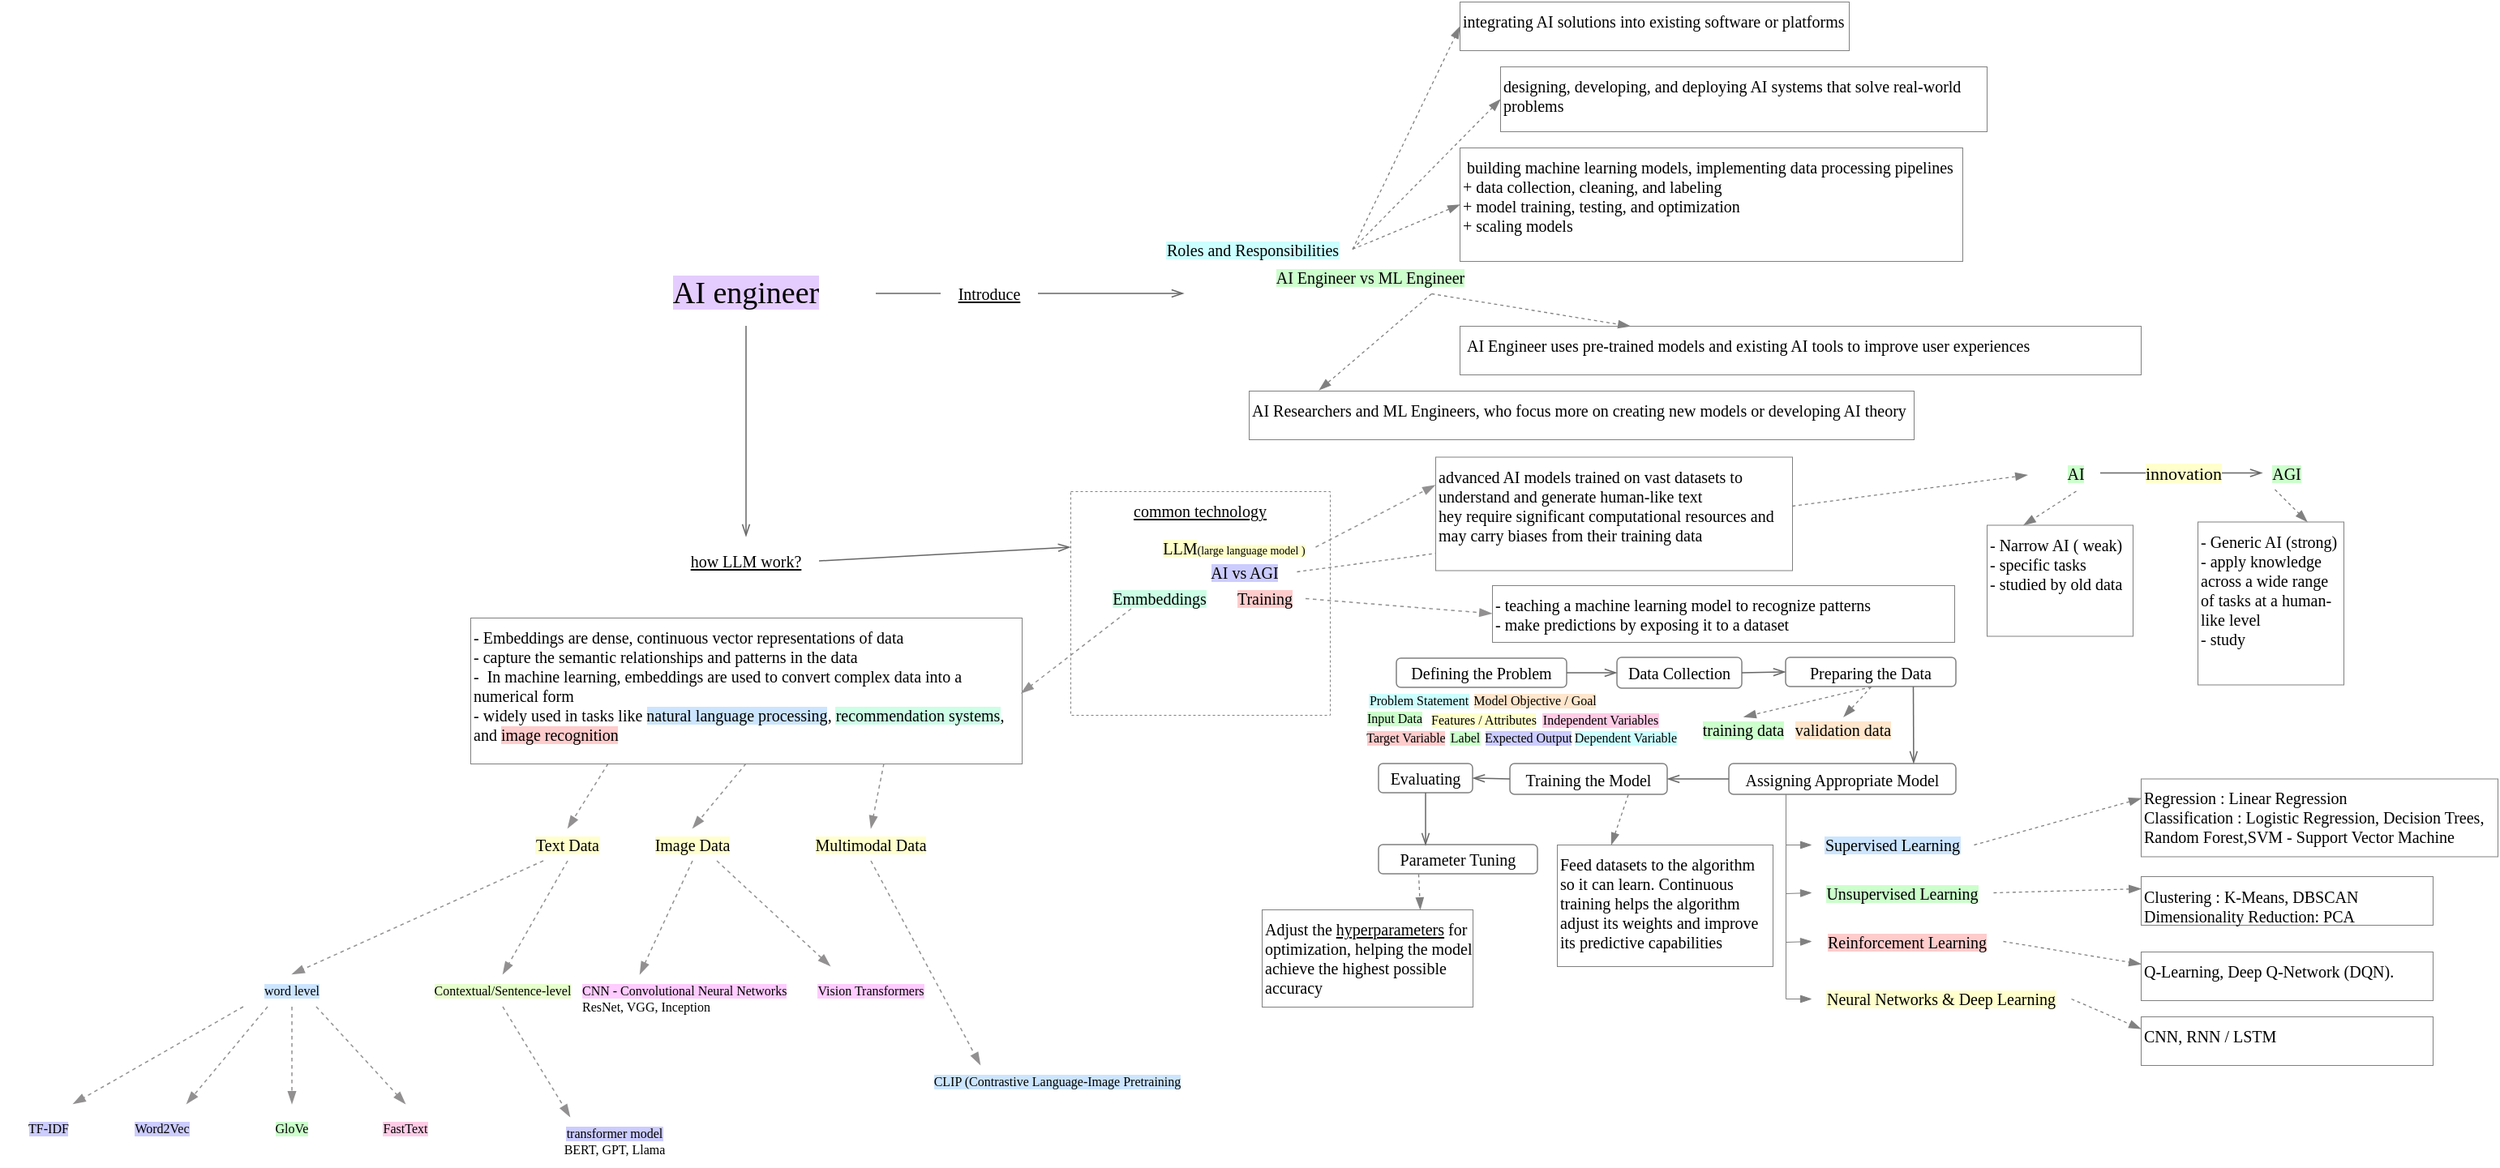
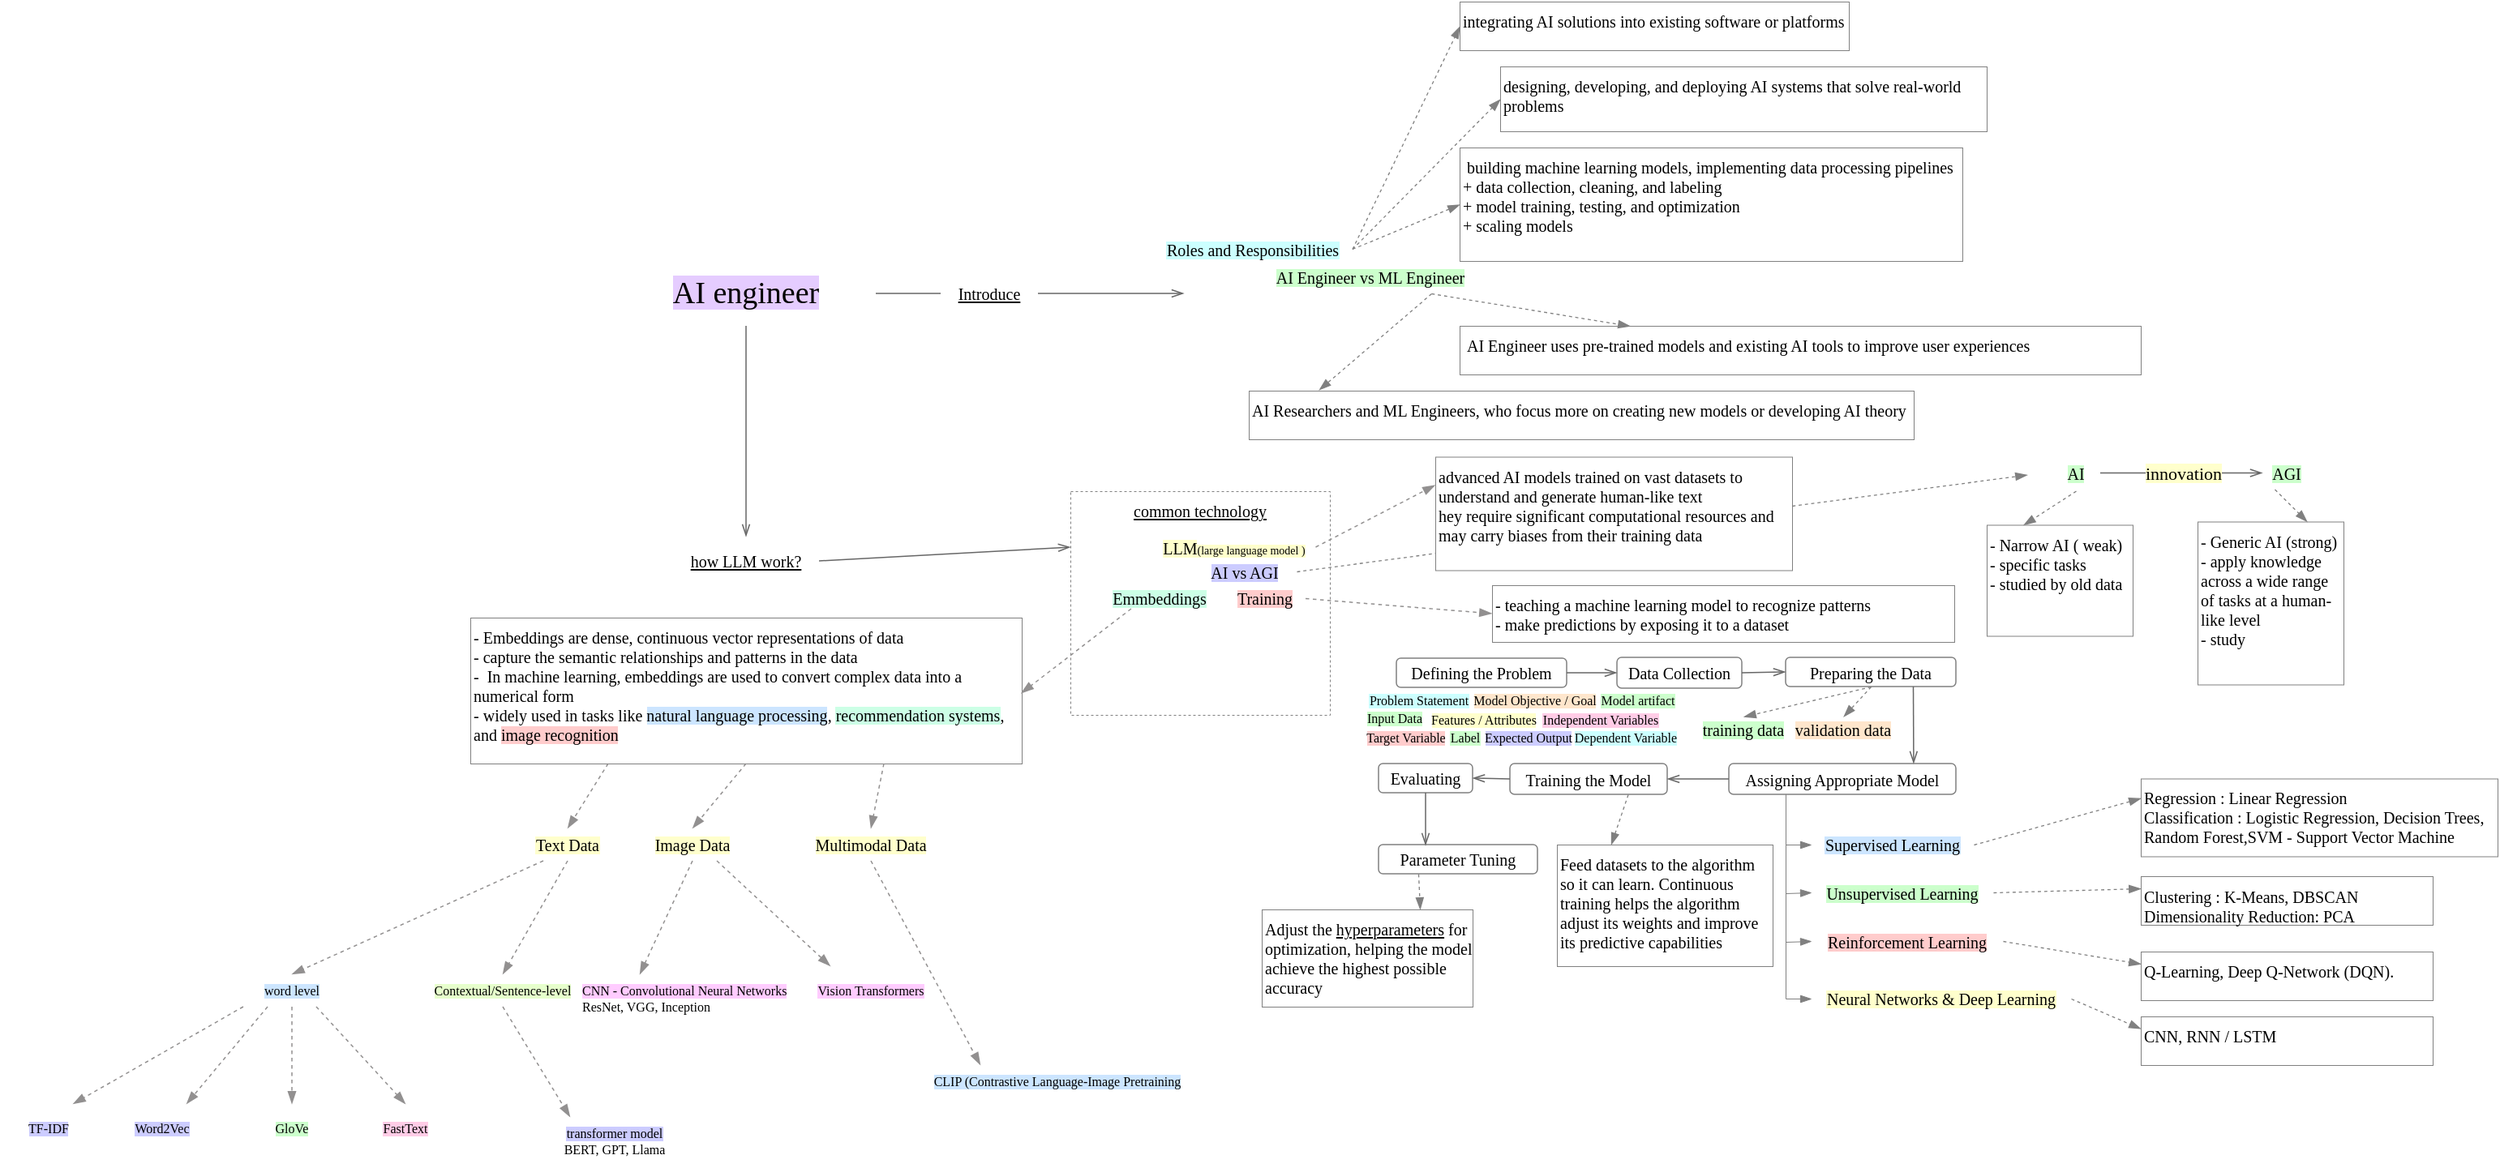
<mxfile host="app.diagrams.net" agent="Mozilla/5.0 (Macintosh; Intel Mac OS X 10_15_7) AppleWebKit/537.36 (KHTML, like Gecko) draw.io/29.3.0 Chrome/140.0.7339.249 Electron/38.7.2 Safari/537.36">
  <diagram name="Page-1" id="n3nyEJ4kgbD7jWuKOy95">
-     <mxGraphModel dx="514" dy="240" grid="1" gridSize="10" guides="1" tooltips="1" connect="1" arrows="1" fold="1" page="1" pageScale="1" pageWidth="827" pageHeight="1169" math="0" shadow="0">
+     <mxGraphModel dx="745" dy="348" grid="1" gridSize="10" guides="1" tooltips="1" connect="1" arrows="1" fold="1" page="1" pageScale="1" pageWidth="827" pageHeight="1169" math="0" shadow="0">
      <root>
        <mxCell id="0" />
        <mxCell id="1" parent="0" />
        <mxCell id="48Jv2C9wjBzbgeSbcpPr-1" parent="1" style="text;html=1;whiteSpace=wrap;strokeColor=none;fillColor=none;align=center;verticalAlign=middle;rounded=0;fontFamily=Comic Sans MS;fontSize=19;" value="&lt;span style=&quot;background-color: rgb(229, 204, 255);&quot;&gt;AI engineer&lt;/span&gt;" vertex="1">
          <mxGeometry height="40" width="160" x="400" y="360" as="geometry" />
        </mxCell>
        <mxCell id="48Jv2C9wjBzbgeSbcpPr-3" parent="1" style="text;html=1;whiteSpace=wrap;strokeColor=none;fillColor=none;align=center;verticalAlign=middle;rounded=0;fontFamily=Comic Sans MS;fontSize=10;fontStyle=4" value="how LLM work?" vertex="1">
          <mxGeometry height="30" width="90" x="435" y="530" as="geometry" />
        </mxCell>
        <mxCell id="48Jv2C9wjBzbgeSbcpPr-6" edge="1" parent="1" source="48Jv2C9wjBzbgeSbcpPr-1" style="endArrow=openThin;html=1;rounded=0;strokeWidth=0.75;endFill=0;strokeColor=#666666;exitX=0.5;exitY=1;exitDx=0;exitDy=0;entryX=0.5;entryY=0;entryDx=0;entryDy=0;fontFamily=Comic Sans MS;" target="48Jv2C9wjBzbgeSbcpPr-3" value="">
          <mxGeometry height="50" relative="1" width="50" as="geometry">
            <mxPoint x="390" y="450" as="sourcePoint" />
            <mxPoint x="440" y="400" as="targetPoint" />
          </mxGeometry>
        </mxCell>
        <mxCell id="48Jv2C9wjBzbgeSbcpPr-8" parent="1" style="text;html=1;whiteSpace=wrap;strokeColor=none;fillColor=none;align=center;verticalAlign=middle;rounded=0;fontFamily=Comic Sans MS;fontSize=10;fontStyle=4" value="Introduce" vertex="1">
          <mxGeometry height="30" width="60" x="600" y="365" as="geometry" />
        </mxCell>
        <mxCell id="48Jv2C9wjBzbgeSbcpPr-9" edge="1" parent="1" source="48Jv2C9wjBzbgeSbcpPr-1" style="endArrow=none;html=1;rounded=0;strokeWidth=0.75;endFill=0;strokeColor=#666666;entryX=0;entryY=0.5;entryDx=0;entryDy=0;exitX=1;exitY=0.5;exitDx=0;exitDy=0;fontFamily=Comic Sans MS;" target="48Jv2C9wjBzbgeSbcpPr-8" value="">
          <mxGeometry height="50" relative="1" width="50" as="geometry">
            <mxPoint x="390" y="450" as="sourcePoint" />
            <mxPoint x="440" y="400" as="targetPoint" />
          </mxGeometry>
        </mxCell>
        <mxCell id="48Jv2C9wjBzbgeSbcpPr-11" edge="1" parent="1" source="48Jv2C9wjBzbgeSbcpPr-8" style="endArrow=openThin;html=1;rounded=0;strokeWidth=0.75;endFill=0;strokeColor=#666666;exitX=1;exitY=0.5;exitDx=0;exitDy=0;fontFamily=Comic Sans MS;" value="">
          <mxGeometry height="50" relative="1" width="50" as="geometry">
            <mxPoint x="590" y="450" as="sourcePoint" />
            <mxPoint x="750" y="380" as="targetPoint" />
          </mxGeometry>
        </mxCell>
        <mxCell id="48Jv2C9wjBzbgeSbcpPr-13" parent="1" style="text;html=1;whiteSpace=wrap;strokeColor=none;fillColor=none;align=center;verticalAlign=middle;rounded=0;fontFamily=Comic Sans MS;fontSize=10;" value="&lt;div&gt;&lt;span style=&quot;background-color: rgb(204, 255, 255);&quot;&gt;Roles and Responsibilities&lt;/span&gt;&lt;/div&gt;" vertex="1">
          <mxGeometry height="15" width="122.5" x="731.25" y="345" as="geometry" />
        </mxCell>
        <mxCell id="48Jv2C9wjBzbgeSbcpPr-14" parent="1" style="rounded=0;whiteSpace=wrap;html=1;fontFamily=Comic Sans MS;strokeWidth=0.5;strokeColor=#808080;align=left;verticalAlign=top;fontSize=10;" value="designing, developing, and deploying AI systems that solve real-world problems" vertex="1">
          <mxGeometry height="40" width="300" x="945" y="240" as="geometry" />
        </mxCell>
        <mxCell id="48Jv2C9wjBzbgeSbcpPr-15" parent="1" style="rounded=0;whiteSpace=wrap;html=1;fontFamily=Comic Sans MS;strokeWidth=0.5;strokeColor=#808080;align=left;verticalAlign=top;fontSize=10;" value="&amp;nbsp;building machine learning models, implementing data processing pipelines&lt;div&gt;+&amp;nbsp;data collection, cleaning, and labeling&lt;/div&gt;&lt;div&gt;+&amp;nbsp;model training, testing, and optimization&lt;/div&gt;&lt;div&gt;+&amp;nbsp;scaling models&lt;/div&gt;" vertex="1">
          <mxGeometry height="70" width="310" x="920" y="290" as="geometry" />
        </mxCell>
        <mxCell id="48Jv2C9wjBzbgeSbcpPr-16" parent="1" style="rounded=0;whiteSpace=wrap;html=1;fontFamily=Comic Sans MS;strokeWidth=0.5;strokeColor=#808080;align=left;verticalAlign=top;fontSize=10;" value="integrating AI solutions into existing software or platforms" vertex="1">
          <mxGeometry height="30" width="240" x="920" y="200" as="geometry" />
        </mxCell>
        <mxCell id="48Jv2C9wjBzbgeSbcpPr-17" edge="1" parent="1" source="48Jv2C9wjBzbgeSbcpPr-13" style="endArrow=blockThin;html=1;rounded=0;strokeColor=#808080;endFill=1;strokeWidth=0.65;exitX=1;exitY=0.5;exitDx=0;exitDy=0;entryX=0;entryY=0.5;entryDx=0;entryDy=0;dashed=1;fontFamily=Comic Sans MS;" target="48Jv2C9wjBzbgeSbcpPr-15" value="">
          <mxGeometry height="50" relative="1" width="50" as="geometry">
            <mxPoint x="945" y="330" as="sourcePoint" />
            <mxPoint x="920" y="290" as="targetPoint" />
          </mxGeometry>
        </mxCell>
        <mxCell id="48Jv2C9wjBzbgeSbcpPr-18" edge="1" parent="1" source="48Jv2C9wjBzbgeSbcpPr-13" style="endArrow=blockThin;html=1;rounded=0;strokeColor=#808080;endFill=1;strokeWidth=0.65;exitX=1;exitY=0.5;exitDx=0;exitDy=0;entryX=0;entryY=0.5;entryDx=0;entryDy=0;dashed=1;fontFamily=Comic Sans MS;" target="48Jv2C9wjBzbgeSbcpPr-14" value="">
          <mxGeometry height="50" relative="1" width="50" as="geometry">
            <mxPoint x="945" y="330" as="sourcePoint" />
            <mxPoint x="920" y="290" as="targetPoint" />
          </mxGeometry>
        </mxCell>
        <mxCell id="48Jv2C9wjBzbgeSbcpPr-19" edge="1" parent="1" source="48Jv2C9wjBzbgeSbcpPr-13" style="endArrow=blockThin;html=1;rounded=0;strokeColor=#808080;endFill=1;strokeWidth=0.65;exitX=1;exitY=0.5;exitDx=0;exitDy=0;entryX=0;entryY=0.5;entryDx=0;entryDy=0;dashed=1;fontFamily=Comic Sans MS;" target="48Jv2C9wjBzbgeSbcpPr-16" value="">
          <mxGeometry height="50" relative="1" width="50" as="geometry">
            <mxPoint x="945" y="330" as="sourcePoint" />
            <mxPoint x="920" y="290" as="targetPoint" />
          </mxGeometry>
        </mxCell>
        <mxCell id="48Jv2C9wjBzbgeSbcpPr-20" parent="1" style="text;html=1;whiteSpace=wrap;strokeColor=none;fillColor=none;align=center;verticalAlign=middle;rounded=0;fontFamily=Comic Sans MS;fontSize=10;" value="&lt;span style=&quot;background-color: rgb(204, 255, 204);&quot;&gt;AI Engineer vs ML Engineer&lt;/span&gt;" vertex="1">
          <mxGeometry height="20" width="150" x="790" y="360" as="geometry" />
        </mxCell>
        <mxCell id="48Jv2C9wjBzbgeSbcpPr-21" parent="1" style="rounded=0;whiteSpace=wrap;html=1;fontFamily=Comic Sans MS;strokeWidth=0.5;strokeColor=#808080;align=left;verticalAlign=top;fontSize=10;" value="&amp;nbsp;AI Engineer uses pre-trained models and existing AI tools to improve user experiences" vertex="1">
          <mxGeometry height="30" width="420" x="920" y="400" as="geometry" />
        </mxCell>
        <mxCell id="48Jv2C9wjBzbgeSbcpPr-22" parent="1" style="rounded=0;whiteSpace=wrap;html=1;fontFamily=Comic Sans MS;strokeWidth=0.5;strokeColor=#808080;align=left;verticalAlign=top;fontSize=10;" value="AI Researchers and ML Engineers, who focus more on creating new models or developing AI theory" vertex="1">
          <mxGeometry height="30" width="410" x="790" y="440" as="geometry" />
        </mxCell>
        <mxCell id="48Jv2C9wjBzbgeSbcpPr-23" edge="1" parent="1" source="48Jv2C9wjBzbgeSbcpPr-20" style="endArrow=blockThin;html=1;rounded=0;strokeColor=#808080;endFill=1;strokeWidth=0.65;exitX=0.75;exitY=1;exitDx=0;exitDy=0;entryX=0.25;entryY=0;entryDx=0;entryDy=0;dashed=1;fontFamily=Comic Sans MS;" target="48Jv2C9wjBzbgeSbcpPr-21" value="">
          <mxGeometry height="50" relative="1" width="50" as="geometry">
            <mxPoint x="705" y="330" as="sourcePoint" />
            <mxPoint x="680" y="290" as="targetPoint" />
          </mxGeometry>
        </mxCell>
        <mxCell id="48Jv2C9wjBzbgeSbcpPr-24" edge="1" parent="1" source="48Jv2C9wjBzbgeSbcpPr-20" style="endArrow=blockThin;html=1;rounded=0;strokeColor=#808080;endFill=1;strokeWidth=0.65;exitX=0.75;exitY=1;exitDx=0;exitDy=0;entryX=0.105;entryY=-0.017;entryDx=0;entryDy=0;dashed=1;entryPerimeter=0;fontFamily=Comic Sans MS;" target="48Jv2C9wjBzbgeSbcpPr-22" value="">
          <mxGeometry height="50" relative="1" width="50" as="geometry">
            <mxPoint x="705" y="330" as="sourcePoint" />
            <mxPoint x="680" y="290" as="targetPoint" />
          </mxGeometry>
        </mxCell>
        <mxCell id="48Jv2C9wjBzbgeSbcpPr-25" parent="1" style="rounded=0;whiteSpace=wrap;html=1;fontFamily=Comic Sans MS;strokeWidth=0.5;strokeColor=#808080;align=center;verticalAlign=top;fontSize=10;dashed=1;" value="&lt;u&gt;common technology&lt;/u&gt;&lt;div&gt;&lt;br&gt;&lt;/div&gt;" vertex="1">
          <mxGeometry height="138" width="160" x="680" y="502" as="geometry" />
        </mxCell>
        <mxCell id="48Jv2C9wjBzbgeSbcpPr-27" parent="1" style="text;html=1;whiteSpace=wrap;strokeColor=none;fillColor=none;align=center;verticalAlign=middle;rounded=0;fontFamily=Comic Sans MS;fontSize=10;" value="&lt;span&gt;&lt;span style=&quot;background-color: light-dark(rgb(204, 204, 255), rgb(0, 43, 0));&quot;&gt;AI vs AGI&lt;/span&gt;&lt;br&gt;&lt;/span&gt;" vertex="1">
          <mxGeometry height="10" width="65" x="754.5" y="546.5" as="geometry" />
        </mxCell>
        <mxCell id="48Jv2C9wjBzbgeSbcpPr-28" edge="1" parent="1" source="48Jv2C9wjBzbgeSbcpPr-3" style="endArrow=openThin;html=1;rounded=0;strokeWidth=0.75;endFill=0;strokeColor=#666666;exitX=1;exitY=0.5;exitDx=0;exitDy=0;entryX=0;entryY=0.25;entryDx=0;entryDy=0;fontFamily=Comic Sans MS;" target="48Jv2C9wjBzbgeSbcpPr-25" value="">
          <mxGeometry height="50" relative="1" width="50" as="geometry">
            <mxPoint x="670" y="630" as="sourcePoint" />
            <mxPoint x="720" y="580" as="targetPoint" />
          </mxGeometry>
        </mxCell>
        <mxCell id="48Jv2C9wjBzbgeSbcpPr-31" edge="1" parent="1" source="48Jv2C9wjBzbgeSbcpPr-27" style="endArrow=blockThin;html=1;rounded=0;strokeColor=#808080;endFill=1;strokeWidth=0.65;exitX=1;exitY=0.5;exitDx=0;exitDy=0;dashed=1;fontFamily=Comic Sans MS;entryX=0;entryY=0.5;entryDx=0;entryDy=0;" value="">
          <mxGeometry height="50" relative="1" width="50" as="geometry">
            <mxPoint x="810" y="536" as="sourcePoint" />
            <mxPoint x="1270" y="491.7500000000001" as="targetPoint" />
          </mxGeometry>
        </mxCell>
        <mxCell id="48Jv2C9wjBzbgeSbcpPr-32" parent="1" style="text;html=1;whiteSpace=wrap;strokeColor=none;fillColor=none;align=center;verticalAlign=middle;rounded=0;fontFamily=Comic Sans MS;fontSize=10;" value="&lt;span style=&quot;background-color: rgb(204, 255, 204);&quot;&gt;&lt;span style=&quot;background-color: light-dark(rgb(204, 255, 204), rgb(0, 43, 0));&quot;&gt;AI&lt;/span&gt;&lt;br&gt;&lt;/span&gt;" vertex="1">
          <mxGeometry height="22" width="30" x="1285" y="479.75" as="geometry" />
        </mxCell>
        <mxCell id="48Jv2C9wjBzbgeSbcpPr-34" parent="1" style="text;html=1;whiteSpace=wrap;strokeColor=none;fillColor=none;align=center;verticalAlign=middle;rounded=0;fontFamily=Comic Sans MS;fontSize=10;" value="&lt;span style=&quot;background-color: rgb(204, 255, 204);&quot;&gt;AGI&lt;/span&gt;" vertex="1">
          <mxGeometry height="20" width="30" x="1415" y="480.75" as="geometry" />
        </mxCell>
        <mxCell id="48Jv2C9wjBzbgeSbcpPr-35" edge="1" parent="1" source="48Jv2C9wjBzbgeSbcpPr-32" style="endArrow=openThin;html=1;rounded=0;strokeWidth=0.75;endFill=0;strokeColor=#666666;exitX=1;exitY=0.5;exitDx=0;exitDy=0;fontFamily=Comic Sans MS;" target="48Jv2C9wjBzbgeSbcpPr-34" value="">
          <mxGeometry height="50" relative="1" width="50" as="geometry">
            <mxPoint x="1325" y="612.75" as="sourcePoint" />
            <mxPoint x="1375" y="562.75" as="targetPoint" />
          </mxGeometry>
        </mxCell>
        <mxCell id="48Jv2C9wjBzbgeSbcpPr-36" connectable="0" parent="48Jv2C9wjBzbgeSbcpPr-35" style="edgeLabel;html=1;align=center;verticalAlign=middle;resizable=0;points=[];fontFamily=Comic Sans MS;" value="&lt;span style=&quot;background-color: rgb(255, 255, 204);&quot;&gt;innovation&lt;/span&gt;" vertex="1">
          <mxGeometry relative="1" x="-0.312" as="geometry">
            <mxPoint x="16" as="offset" />
          </mxGeometry>
        </mxCell>
        <mxCell id="48Jv2C9wjBzbgeSbcpPr-37" parent="1" style="rounded=0;whiteSpace=wrap;html=1;fontFamily=Comic Sans MS;strokeWidth=0.5;strokeColor=#808080;align=left;verticalAlign=top;fontSize=10;" value="- Narrow AI ( weak)&lt;div&gt;-&amp;nbsp;specific tasks&lt;/div&gt;&lt;div&gt;- studied by old data&lt;/div&gt;" vertex="1">
          <mxGeometry height="68.5" width="90" x="1245" y="522.75" as="geometry" />
        </mxCell>
        <mxCell id="48Jv2C9wjBzbgeSbcpPr-38" parent="1" style="rounded=0;whiteSpace=wrap;html=1;fontFamily=Comic Sans MS;strokeWidth=0.5;strokeColor=#808080;align=left;verticalAlign=top;fontSize=10;" value="- Generic AI (strong)&lt;div&gt;-&amp;nbsp;apply knowledge across a wide range of tasks at a human-like level&lt;/div&gt;&lt;div&gt;- study&amp;nbsp;&lt;/div&gt;" vertex="1">
          <mxGeometry height="100.5" width="90" x="1375" y="520.75" as="geometry" />
        </mxCell>
        <mxCell id="48Jv2C9wjBzbgeSbcpPr-39" edge="1" parent="1" source="48Jv2C9wjBzbgeSbcpPr-34" style="endArrow=blockThin;html=1;rounded=0;strokeColor=#808080;endFill=1;strokeWidth=0.65;exitX=0.25;exitY=1;exitDx=0;exitDy=0;entryX=0.75;entryY=0;entryDx=0;entryDy=0;dashed=1;" target="48Jv2C9wjBzbgeSbcpPr-38" value="">
          <mxGeometry height="50" relative="1" width="50" as="geometry">
            <mxPoint x="1390" y="580.75" as="sourcePoint" />
            <mxPoint x="1365" y="540.75" as="targetPoint" />
          </mxGeometry>
        </mxCell>
        <mxCell id="48Jv2C9wjBzbgeSbcpPr-41" edge="1" parent="1" source="48Jv2C9wjBzbgeSbcpPr-32" style="endArrow=blockThin;html=1;rounded=0;strokeColor=#808080;endFill=1;strokeWidth=0.65;exitX=0.5;exitY=1;exitDx=0;exitDy=0;entryX=0.25;entryY=0;entryDx=0;entryDy=0;dashed=1;" target="48Jv2C9wjBzbgeSbcpPr-37" value="">
          <mxGeometry height="50" relative="1" width="50" as="geometry">
            <mxPoint x="1390" y="582.75" as="sourcePoint" />
            <mxPoint x="1365" y="542.75" as="targetPoint" />
          </mxGeometry>
        </mxCell>
        <mxCell id="4Kx2ZGOmUHy-jwn0eLsE-1" parent="1" style="text;html=1;whiteSpace=wrap;strokeColor=none;fillColor=none;align=center;verticalAlign=middle;rounded=0;" value="&lt;font face=&quot;Comic Sans MS&quot; style=&quot;background-color: rgb(255, 255, 204); font-size: 10px;&quot;&gt;LLM&lt;/font&gt;&lt;span style=&quot;background-color: rgb(255, 255, 204); font-size: 7px; font-family: &amp;quot;Comic Sans MS&amp;quot;; color: light-dark(rgb(0, 0, 0), rgb(255, 255, 255));&quot;&gt;(large language model )&lt;/span&gt;" vertex="1">
          <mxGeometry height="20" width="100" x="731.25" y="526.5" as="geometry" />
        </mxCell>
        <mxCell id="4Kx2ZGOmUHy-jwn0eLsE-2" parent="1" style="rounded=0;whiteSpace=wrap;html=1;align=left;verticalAlign=top;fontFamily=Comic Sans MS;strokeWidth=0.5;fontSize=10;strokeColor=#808080;" value="&lt;div&gt;&lt;div&gt;&lt;span style=&quot;background-color: transparent;&quot;&gt;advanced AI models trained on vast datasets to understand and generate human-like text&lt;/span&gt;&lt;/div&gt;&lt;/div&gt;&lt;div&gt;&lt;span style=&quot;background-color: transparent;&quot;&gt;hey require significant computational resources and may carry biases from their training data&lt;/span&gt;&lt;/div&gt;" vertex="1">
          <mxGeometry height="70" width="220" x="905" y="480.75" as="geometry" />
        </mxCell>
        <mxCell id="4Kx2ZGOmUHy-jwn0eLsE-3" edge="1" parent="1" source="4Kx2ZGOmUHy-jwn0eLsE-1" style="endArrow=blockThin;html=1;rounded=0;endFill=1;strokeColor=light-dark(#929090, #ededed);strokeWidth=0.75;dashed=1;exitX=1;exitY=0.5;exitDx=0;exitDy=0;entryX=0;entryY=0.25;entryDx=0;entryDy=0;" target="4Kx2ZGOmUHy-jwn0eLsE-2" value="">
          <mxGeometry height="50" relative="1" width="50" as="geometry">
            <mxPoint x="710" y="550" as="sourcePoint" />
            <mxPoint x="760" y="500" as="targetPoint" />
          </mxGeometry>
        </mxCell>
        <mxCell id="4Kx2ZGOmUHy-jwn0eLsE-4" parent="1" style="text;html=1;whiteSpace=wrap;strokeColor=none;fillColor=none;align=center;verticalAlign=middle;rounded=0;fontFamily=Comic Sans MS;fontSize=10;" value="&lt;span&gt;&lt;span style=&quot;background-color: light-dark(rgb(204, 255, 230), rgb(0, 43, 0));&quot;&gt;Emmbeddings&lt;/span&gt;&lt;br&gt;&lt;/span&gt;" vertex="1">
          <mxGeometry height="14" width="70" x="700" y="560.5" as="geometry" />
        </mxCell>
        <mxCell id="4Kx2ZGOmUHy-jwn0eLsE-5" parent="1" style="rounded=0;whiteSpace=wrap;html=1;align=left;verticalAlign=top;fontFamily=Comic Sans MS;strokeWidth=0.5;fontSize=10;strokeColor=#808080;" value="&lt;div&gt;&lt;div&gt;&lt;span style=&quot;background-color: transparent;&quot;&gt;- Embeddings are dense, continuous vector representations of data&lt;/span&gt;&lt;/div&gt;&lt;/div&gt;&lt;div&gt;&lt;span style=&quot;background-color: transparent;&quot;&gt;-&amp;nbsp;&lt;/span&gt;&lt;span style=&quot;background-color: transparent;&quot;&gt;capture the semantic relationships and patterns in the data&lt;/span&gt;&lt;/div&gt;&lt;div&gt;&lt;span style=&quot;background-color: transparent;&quot;&gt;-&amp;nbsp;&lt;/span&gt;&lt;span style=&quot;background-color: transparent;&quot;&gt;&amp;nbsp;In machine learning, embeddings are used to convert complex data into a numerical form&lt;/span&gt;&lt;/div&gt;&lt;div&gt;&lt;span style=&quot;background-color: transparent;&quot;&gt;-&amp;nbsp;&lt;/span&gt;&lt;span style=&quot;background-color: transparent;&quot;&gt;widely used in tasks like &lt;/span&gt;&lt;span style=&quot;background-color: rgb(204, 229, 255);&quot;&gt;natural language processing&lt;/span&gt;&lt;span style=&quot;background-color: transparent;&quot;&gt;, &lt;/span&gt;&lt;span style=&quot;background-color: rgb(204, 255, 230);&quot;&gt;recommendation systems&lt;/span&gt;&lt;span style=&quot;background-color: transparent;&quot;&gt;, and &lt;/span&gt;&lt;span style=&quot;background-color: rgb(255, 204, 204);&quot;&gt;image recognition&lt;/span&gt;&lt;/div&gt;" vertex="1">
          <mxGeometry height="90" width="340" x="310" y="580" as="geometry" />
        </mxCell>
        <mxCell id="4Kx2ZGOmUHy-jwn0eLsE-6" parent="1" style="text;html=1;whiteSpace=wrap;strokeColor=none;fillColor=none;align=center;verticalAlign=middle;rounded=0;fontSize=10;" value="&lt;font face=&quot;Comic Sans MS&quot; style=&quot;background-color: rgb(255, 204, 204);&quot;&gt;Training&lt;/font&gt;" vertex="1">
          <mxGeometry height="13.5" width="50" x="775" y="561.5" as="geometry" />
        </mxCell>
        <mxCell id="4Kx2ZGOmUHy-jwn0eLsE-7" edge="1" parent="1" source="4Kx2ZGOmUHy-jwn0eLsE-4" style="endArrow=blockThin;html=1;rounded=0;endFill=1;strokeColor=light-dark(#929090, #ededed);strokeWidth=0.75;dashed=1;exitX=0.25;exitY=1;exitDx=0;exitDy=0;entryX=0.999;entryY=0.518;entryDx=0;entryDy=0;entryPerimeter=0;" target="4Kx2ZGOmUHy-jwn0eLsE-5" value="">
          <mxGeometry height="50" relative="1" width="50" as="geometry">
            <mxPoint x="620" y="640" as="sourcePoint" />
            <mxPoint x="670" y="590" as="targetPoint" />
          </mxGeometry>
        </mxCell>
        <mxCell id="4Kx2ZGOmUHy-jwn0eLsE-8" parent="1" style="rounded=0;whiteSpace=wrap;html=1;align=left;verticalAlign=top;fontFamily=Comic Sans MS;strokeWidth=0.5;fontSize=10;strokeColor=#808080;" value="&lt;div&gt;&lt;span style=&quot;background-color: transparent; color: light-dark(rgb(0, 0, 0), rgb(255, 255, 255));&quot;&gt;-&amp;nbsp;teaching a machine learning model to recognize patterns&lt;/span&gt;&lt;/div&gt;&lt;div&gt;-&amp;nbsp;make predictions by exposing it to a dataset&lt;/div&gt;" vertex="1">
          <mxGeometry height="35" width="285" x="940" y="560" as="geometry" />
        </mxCell>
        <mxCell id="4Kx2ZGOmUHy-jwn0eLsE-10" edge="1" parent="1" source="4Kx2ZGOmUHy-jwn0eLsE-6" style="endArrow=blockThin;html=1;rounded=0;endFill=1;strokeColor=light-dark(#929090, #ededed);strokeWidth=0.75;dashed=1;exitX=1;exitY=0.5;exitDx=0;exitDy=0;entryX=0;entryY=0.5;entryDx=0;entryDy=0;" target="4Kx2ZGOmUHy-jwn0eLsE-8" value="">
          <mxGeometry height="50" relative="1" width="50" as="geometry">
            <mxPoint x="950" y="590" as="sourcePoint" />
            <mxPoint x="1000" y="540" as="targetPoint" />
          </mxGeometry>
        </mxCell>
        <mxCell id="4Kx2ZGOmUHy-jwn0eLsE-11" parent="1" style="text;html=1;whiteSpace=wrap;strokeColor=none;fillColor=none;align=center;verticalAlign=middle;rounded=0;fontSize=10;" value="&lt;font face=&quot;Comic Sans MS&quot; style=&quot;background-color: rgb(255, 255, 204);&quot;&gt;Text Data&lt;/font&gt;" vertex="1">
          <mxGeometry height="20" width="60" x="340" y="710" as="geometry" />
        </mxCell>
        <mxCell id="4Kx2ZGOmUHy-jwn0eLsE-12" parent="1" style="text;html=1;whiteSpace=wrap;strokeColor=none;fillColor=none;align=center;verticalAlign=middle;rounded=0;fontSize=10;" value="&lt;font face=&quot;Comic Sans MS&quot; style=&quot;background-color: rgb(255, 255, 204);&quot;&gt;Image Data&lt;/font&gt;" vertex="1">
          <mxGeometry height="20" width="60" x="417" y="710" as="geometry" />
        </mxCell>
        <mxCell id="4Kx2ZGOmUHy-jwn0eLsE-13" parent="1" style="text;html=1;whiteSpace=wrap;strokeColor=none;fillColor=none;align=center;verticalAlign=middle;rounded=0;fontSize=10;" value="&lt;font face=&quot;Comic Sans MS&quot; style=&quot;background-color: rgb(255, 255, 204);&quot;&gt;Multimodal&amp;nbsp;Data&lt;/font&gt;" vertex="1">
          <mxGeometry height="20" width="60" x="527" y="710" as="geometry" />
        </mxCell>
        <mxCell id="4Kx2ZGOmUHy-jwn0eLsE-14" edge="1" parent="1" source="4Kx2ZGOmUHy-jwn0eLsE-5" style="endArrow=blockThin;html=1;rounded=0;endFill=1;strokeColor=light-dark(#929090, #ededed);strokeWidth=0.75;dashed=1;entryX=0.5;entryY=0;entryDx=0;entryDy=0;exitX=0.75;exitY=1;exitDx=0;exitDy=0;" target="4Kx2ZGOmUHy-jwn0eLsE-13" value="">
          <mxGeometry height="50" relative="1" width="50" as="geometry">
            <mxPoint x="410" y="700" as="sourcePoint" />
            <mxPoint x="460" y="650" as="targetPoint" />
          </mxGeometry>
        </mxCell>
        <mxCell id="4Kx2ZGOmUHy-jwn0eLsE-15" edge="1" parent="1" source="4Kx2ZGOmUHy-jwn0eLsE-5" style="endArrow=blockThin;html=1;rounded=0;endFill=1;strokeColor=light-dark(#929090, #ededed);strokeWidth=0.75;dashed=1;entryX=0.5;entryY=0;entryDx=0;entryDy=0;exitX=0.5;exitY=1;exitDx=0;exitDy=0;" target="4Kx2ZGOmUHy-jwn0eLsE-12" value="">
          <mxGeometry height="50" relative="1" width="50" as="geometry">
            <mxPoint x="410" y="700" as="sourcePoint" />
            <mxPoint x="460" y="650" as="targetPoint" />
          </mxGeometry>
        </mxCell>
        <mxCell id="4Kx2ZGOmUHy-jwn0eLsE-16" edge="1" parent="1" source="4Kx2ZGOmUHy-jwn0eLsE-5" style="endArrow=blockThin;html=1;rounded=0;endFill=1;strokeColor=light-dark(#929090, #ededed);strokeWidth=0.75;dashed=1;entryX=0.5;entryY=0;entryDx=0;entryDy=0;exitX=0.25;exitY=1;exitDx=0;exitDy=0;" target="4Kx2ZGOmUHy-jwn0eLsE-11" value="">
          <mxGeometry height="50" relative="1" width="50" as="geometry">
            <mxPoint x="410" y="700" as="sourcePoint" />
            <mxPoint x="460" y="650" as="targetPoint" />
          </mxGeometry>
        </mxCell>
        <mxCell id="4Kx2ZGOmUHy-jwn0eLsE-17" parent="1" style="text;html=1;whiteSpace=wrap;strokeColor=none;fillColor=none;align=center;verticalAlign=middle;rounded=0;fontSize=8;" value="&lt;font face=&quot;Comic Sans MS&quot; style=&quot;background-color: rgb(204, 229, 255);&quot;&gt;word level&lt;/font&gt;" vertex="1">
          <mxGeometry height="20" width="60" x="170" y="800" as="geometry" />
        </mxCell>
        <mxCell id="4Kx2ZGOmUHy-jwn0eLsE-18" parent="1" style="text;html=1;whiteSpace=wrap;strokeColor=none;fillColor=none;align=center;verticalAlign=middle;rounded=0;fontSize=8;fontStyle=0" value="&lt;font face=&quot;Comic Sans MS&quot; style=&quot;background-color: rgb(204, 204, 255);&quot;&gt;Word2Vec&lt;/font&gt;" vertex="1">
          <mxGeometry height="30" width="60" x="90" y="879.9999999999995" as="geometry" />
        </mxCell>
        <mxCell id="4Kx2ZGOmUHy-jwn0eLsE-19" parent="1" style="text;html=1;whiteSpace=wrap;strokeColor=none;fillColor=none;align=center;verticalAlign=middle;rounded=0;fontSize=8;fontStyle=0" value="&lt;font face=&quot;Comic Sans MS&quot; style=&quot;background-color: rgb(204, 255, 204);&quot;&gt;GloVe&lt;/font&gt;" vertex="1">
          <mxGeometry height="30" width="60" x="170" y="879.9999999999995" as="geometry" />
        </mxCell>
        <mxCell id="4Kx2ZGOmUHy-jwn0eLsE-20" parent="1" style="text;html=1;whiteSpace=wrap;strokeColor=none;fillColor=none;align=center;verticalAlign=middle;rounded=0;fontSize=8;fontStyle=0" value="&lt;font face=&quot;Comic Sans MS&quot; style=&quot;background-color: rgb(255, 204, 230);&quot;&gt;FastText&lt;/font&gt;" vertex="1">
          <mxGeometry height="30" width="60" x="240" y="879.9999999999995" as="geometry" />
        </mxCell>
        <mxCell id="4Kx2ZGOmUHy-jwn0eLsE-21" edge="1" parent="1" source="4Kx2ZGOmUHy-jwn0eLsE-17" style="endArrow=blockThin;html=1;rounded=0;endFill=1;strokeColor=light-dark(#929090, #ededed);strokeWidth=0.75;dashed=1;exitX=0.75;exitY=1;exitDx=0;exitDy=0;entryX=0.5;entryY=0;entryDx=0;entryDy=0;fontSize=8;" target="4Kx2ZGOmUHy-jwn0eLsE-20" value="">
          <mxGeometry height="50" relative="1" width="50" as="geometry">
            <mxPoint x="270" y="840" as="sourcePoint" />
            <mxPoint x="320" y="790" as="targetPoint" />
          </mxGeometry>
        </mxCell>
        <mxCell id="4Kx2ZGOmUHy-jwn0eLsE-22" edge="1" parent="1" source="4Kx2ZGOmUHy-jwn0eLsE-17" style="endArrow=blockThin;html=1;rounded=0;endFill=1;strokeColor=light-dark(#929090, #ededed);strokeWidth=0.75;dashed=1;exitX=0.5;exitY=1;exitDx=0;exitDy=0;fontSize=8;" target="4Kx2ZGOmUHy-jwn0eLsE-19" value="">
          <mxGeometry height="50" relative="1" width="50" as="geometry">
            <mxPoint x="240" y="840" as="sourcePoint" />
            <mxPoint x="295" y="900" as="targetPoint" />
          </mxGeometry>
        </mxCell>
        <mxCell id="4Kx2ZGOmUHy-jwn0eLsE-23" edge="1" parent="1" source="4Kx2ZGOmUHy-jwn0eLsE-17" style="endArrow=blockThin;html=1;rounded=0;endFill=1;strokeColor=light-dark(#929090, #ededed);strokeWidth=0.75;dashed=1;exitX=0.25;exitY=1;exitDx=0;exitDy=0;entryX=0.75;entryY=0;entryDx=0;entryDy=0;fontSize=8;" target="4Kx2ZGOmUHy-jwn0eLsE-18" value="">
          <mxGeometry height="50" relative="1" width="50" as="geometry">
            <mxPoint x="190" y="830" as="sourcePoint" />
            <mxPoint x="190" y="890" as="targetPoint" />
          </mxGeometry>
        </mxCell>
        <mxCell id="4Kx2ZGOmUHy-jwn0eLsE-24" parent="1" style="text;html=1;whiteSpace=wrap;strokeColor=none;fillColor=none;align=center;verticalAlign=middle;rounded=0;fontSize=8;" value="&lt;font face=&quot;Comic Sans MS&quot; style=&quot;background-color: rgb(230, 255, 204);&quot;&gt;Contextual/Sentence-level&lt;/font&gt;" vertex="1">
          <mxGeometry height="20" width="140" x="260" y="800" as="geometry" />
        </mxCell>
        <mxCell id="4Kx2ZGOmUHy-jwn0eLsE-25" parent="1" style="text;html=1;whiteSpace=wrap;strokeColor=none;fillColor=none;align=center;verticalAlign=middle;rounded=0;fontSize=8;" value="&lt;font face=&quot;Comic Sans MS&quot;&gt;&lt;span style=&quot;background-color: rgb(204, 204, 255);&quot;&gt;transformer model&lt;/span&gt;&lt;br&gt;&lt;font&gt;BERT, GPT, Llama&lt;/font&gt;&lt;/font&gt;" vertex="1">
          <mxGeometry height="30" width="110" x="344" y="888" as="geometry" />
        </mxCell>
        <mxCell id="4Kx2ZGOmUHy-jwn0eLsE-26" edge="1" parent="1" source="4Kx2ZGOmUHy-jwn0eLsE-24" style="endArrow=blockThin;html=1;rounded=0;endFill=1;strokeColor=light-dark(#929090, #ededed);strokeWidth=0.75;dashed=1;entryX=0.25;entryY=0;entryDx=0;entryDy=0;exitX=0.5;exitY=1;exitDx=0;exitDy=0;fontSize=8;" target="4Kx2ZGOmUHy-jwn0eLsE-25" value="">
          <mxGeometry height="50" relative="1" width="50" as="geometry">
            <mxPoint x="360" y="890" as="sourcePoint" />
            <mxPoint x="410" y="840" as="targetPoint" />
          </mxGeometry>
        </mxCell>
        <mxCell id="4Kx2ZGOmUHy-jwn0eLsE-27" edge="1" parent="1" source="4Kx2ZGOmUHy-jwn0eLsE-11" style="endArrow=blockThin;html=1;rounded=0;endFill=1;strokeColor=light-dark(#929090, #ededed);strokeWidth=0.75;dashed=1;exitX=0.25;exitY=1;exitDx=0;exitDy=0;entryX=0.5;entryY=0;entryDx=0;entryDy=0;" target="4Kx2ZGOmUHy-jwn0eLsE-17" value="">
          <mxGeometry height="50" relative="1" width="50" as="geometry">
            <mxPoint x="330" y="900" as="sourcePoint" />
            <mxPoint x="380" y="850" as="targetPoint" />
          </mxGeometry>
        </mxCell>
        <mxCell id="4Kx2ZGOmUHy-jwn0eLsE-28" edge="1" parent="1" source="4Kx2ZGOmUHy-jwn0eLsE-11" style="endArrow=blockThin;html=1;rounded=0;endFill=1;strokeColor=light-dark(#929090, #ededed);strokeWidth=0.75;dashed=1;entryX=0.5;entryY=0;entryDx=0;entryDy=0;exitX=0.5;exitY=1;exitDx=0;exitDy=0;" target="4Kx2ZGOmUHy-jwn0eLsE-24" value="">
          <mxGeometry height="50" relative="1" width="50" as="geometry">
            <mxPoint x="330" y="900" as="sourcePoint" />
            <mxPoint x="380" y="850" as="targetPoint" />
          </mxGeometry>
        </mxCell>
        <mxCell id="4Kx2ZGOmUHy-jwn0eLsE-29" parent="1" style="text;html=1;whiteSpace=wrap;strokeColor=none;fillColor=none;align=left;verticalAlign=middle;rounded=0;fontSize=8;" value="&lt;font face=&quot;Comic Sans MS&quot;&gt;&lt;span style=&quot;background-color: rgb(255, 204, 255);&quot;&gt;CNN - Convolutional Neural Networks&lt;/span&gt;&lt;br&gt;&lt;span&gt;ResNet, VGG, Inception&lt;/span&gt;&lt;/font&gt;" vertex="1">
          <mxGeometry height="30" width="150" x="377" y="800" as="geometry" />
        </mxCell>
        <mxCell id="4Kx2ZGOmUHy-jwn0eLsE-30" parent="1" style="text;html=1;whiteSpace=wrap;strokeColor=none;fillColor=none;align=center;verticalAlign=middle;rounded=0;fontSize=8;" value="&lt;font face=&quot;Comic Sans MS&quot; style=&quot;background-color: rgb(255, 204, 255);&quot;&gt;Vision Transformers&lt;/font&gt;" vertex="1">
          <mxGeometry height="30" width="100" x="507" y="795" as="geometry" />
        </mxCell>
        <mxCell id="4Kx2ZGOmUHy-jwn0eLsE-31" edge="1" parent="1" source="4Kx2ZGOmUHy-jwn0eLsE-12" style="endArrow=blockThin;html=1;rounded=0;endFill=1;strokeColor=light-dark(#929090, #ededed);strokeWidth=0.75;dashed=1;exitX=0.5;exitY=1;exitDx=0;exitDy=0;entryX=0.25;entryY=0;entryDx=0;entryDy=0;" target="4Kx2ZGOmUHy-jwn0eLsE-29" value="">
          <mxGeometry height="50" relative="1" width="50" as="geometry">
            <mxPoint x="367" y="890" as="sourcePoint" />
            <mxPoint x="417" y="840" as="targetPoint" />
          </mxGeometry>
        </mxCell>
        <mxCell id="4Kx2ZGOmUHy-jwn0eLsE-32" edge="1" parent="1" source="4Kx2ZGOmUHy-jwn0eLsE-12" style="endArrow=blockThin;html=1;rounded=0;endFill=1;strokeColor=light-dark(#929090, #ededed);strokeWidth=0.75;dashed=1;entryX=0.25;entryY=0;entryDx=0;entryDy=0;exitX=0.75;exitY=1;exitDx=0;exitDy=0;" target="4Kx2ZGOmUHy-jwn0eLsE-30" value="">
          <mxGeometry height="50" relative="1" width="50" as="geometry">
            <mxPoint x="367" y="890" as="sourcePoint" />
            <mxPoint x="417" y="840" as="targetPoint" />
          </mxGeometry>
        </mxCell>
        <mxCell id="4Kx2ZGOmUHy-jwn0eLsE-33" parent="1" style="text;html=1;whiteSpace=wrap;strokeColor=none;fillColor=none;align=center;verticalAlign=middle;rounded=0;fontSize=8;" value="&lt;font face=&quot;Comic Sans MS&quot; style=&quot;background-color: rgb(204, 229, 255);&quot;&gt;CLIP (Contrastive Language-Image Pretraining&lt;/font&gt;" vertex="1">
          <mxGeometry height="20" width="190" x="577" y="856" as="geometry" />
        </mxCell>
        <mxCell id="4Kx2ZGOmUHy-jwn0eLsE-34" edge="1" parent="1" source="4Kx2ZGOmUHy-jwn0eLsE-13" style="endArrow=blockThin;html=1;rounded=0;endFill=1;strokeColor=light-dark(#929090, #ededed);strokeWidth=0.75;dashed=1;entryX=0.25;entryY=0;entryDx=0;entryDy=0;exitX=0.5;exitY=1;exitDx=0;exitDy=0;" target="4Kx2ZGOmUHy-jwn0eLsE-33" value="">
          <mxGeometry height="50" relative="1" width="50" as="geometry">
            <mxPoint x="347" y="780" as="sourcePoint" />
            <mxPoint x="397" y="730" as="targetPoint" />
          </mxGeometry>
        </mxCell>
        <mxCell id="4Kx2ZGOmUHy-jwn0eLsE-35" parent="1" style="text;html=1;whiteSpace=wrap;strokeColor=none;fillColor=none;align=center;verticalAlign=middle;rounded=0;fontSize=8;fontStyle=0" value="&lt;font face=&quot;Comic Sans MS&quot; style=&quot;background-color: rgb(204, 204, 255);&quot;&gt;TF-IDF&lt;/font&gt;" vertex="1">
          <mxGeometry height="30" width="60" x="20" y="880" as="geometry" />
        </mxCell>
        <mxCell id="4Kx2ZGOmUHy-jwn0eLsE-36" edge="1" parent="1" source="4Kx2ZGOmUHy-jwn0eLsE-17" style="endArrow=blockThin;html=1;rounded=0;endFill=1;strokeColor=light-dark(#929090, #ededed);strokeWidth=0.75;dashed=1;exitX=0;exitY=1;exitDx=0;exitDy=0;entryX=0.75;entryY=0;entryDx=0;entryDy=0;" target="4Kx2ZGOmUHy-jwn0eLsE-35" value="">
          <mxGeometry height="50" relative="1" width="50" as="geometry">
            <mxPoint x="140" y="780" as="sourcePoint" />
            <mxPoint x="190" y="730" as="targetPoint" />
          </mxGeometry>
        </mxCell>
        <mxCell id="V7DRn1bYesRj_FAgbpVT-1" parent="1" style="rounded=1;whiteSpace=wrap;html=1;strokeColor=#808080;fontFamily=Comic Sans MS;strokeWidth=0.75;fontSize=10;" value="Defining the Problem" vertex="1">
          <mxGeometry height="18" width="105" x="881" y="605" as="geometry" />
        </mxCell>
        <mxCell id="V7DRn1bYesRj_FAgbpVT-5" parent="1" style="rounded=1;whiteSpace=wrap;html=1;strokeColor=#808080;fontFamily=Comic Sans MS;strokeWidth=0.75;fontSize=10;" value="Data Collection" vertex="1">
          <mxGeometry height="19" width="77" x="1017" y="604.5" as="geometry" />
        </mxCell>
        <mxCell id="V7DRn1bYesRj_FAgbpVT-7" parent="1" style="rounded=1;whiteSpace=wrap;html=1;strokeColor=#808080;fontFamily=Comic Sans MS;strokeWidth=0.75;fontSize=10;" value="Preparing the Data" vertex="1">
          <mxGeometry height="18" width="105" x="1121" y="604.5" as="geometry" />
        </mxCell>
        <mxCell id="V7DRn1bYesRj_FAgbpVT-8" parent="1" style="rounded=1;whiteSpace=wrap;html=1;strokeColor=#808080;fontFamily=Comic Sans MS;strokeWidth=0.75;fontSize=10;" value="Assigning Appropriate Model" vertex="1">
          <mxGeometry height="19" width="140" x="1086" y="670" as="geometry" />
        </mxCell>
        <mxCell id="V7DRn1bYesRj_FAgbpVT-9" parent="1" style="rounded=1;whiteSpace=wrap;html=1;strokeColor=#808080;fontFamily=Comic Sans MS;strokeWidth=0.75;fontSize=10;" value="Training the Model" vertex="1">
          <mxGeometry height="19" width="97" x="951" y="670" as="geometry" />
        </mxCell>
        <mxCell id="V7DRn1bYesRj_FAgbpVT-10" parent="1" style="rounded=1;whiteSpace=wrap;html=1;strokeColor=#808080;fontFamily=Comic Sans MS;strokeWidth=0.75;fontSize=10;" value="Evaluating" vertex="1">
          <mxGeometry height="18" width="58" x="870" y="670" as="geometry" />
        </mxCell>
        <mxCell id="V7DRn1bYesRj_FAgbpVT-11" parent="1" style="rounded=1;whiteSpace=wrap;html=1;strokeColor=#808080;fontFamily=Comic Sans MS;strokeWidth=0.75;fontSize=10;" value="Parameter Tuning" vertex="1">
          <mxGeometry height="18" width="98" x="870" y="720" as="geometry" />
        </mxCell>
        <mxCell id="V7DRn1bYesRj_FAgbpVT-12" edge="1" parent="1" source="V7DRn1bYesRj_FAgbpVT-1" style="endArrow=openThin;html=1;rounded=0;strokeWidth=0.75;endFill=0;strokeColor=#666666;entryX=0;entryY=0.5;entryDx=0;entryDy=0;exitX=1;exitY=0.5;exitDx=0;exitDy=0;" target="V7DRn1bYesRj_FAgbpVT-5" value="">
          <mxGeometry height="50" relative="1" width="50" as="geometry">
            <mxPoint x="955" y="695" as="sourcePoint" />
            <mxPoint x="1005" y="645" as="targetPoint" />
          </mxGeometry>
        </mxCell>
        <mxCell id="V7DRn1bYesRj_FAgbpVT-13" edge="1" parent="1" source="V7DRn1bYesRj_FAgbpVT-5" style="endArrow=openThin;html=1;rounded=0;strokeWidth=0.75;endFill=0;strokeColor=#666666;entryX=0;entryY=0.5;entryDx=0;entryDy=0;exitX=1;exitY=0.5;exitDx=0;exitDy=0;" target="V7DRn1bYesRj_FAgbpVT-7" value="">
          <mxGeometry height="50" relative="1" width="50" as="geometry">
            <mxPoint x="955" y="695" as="sourcePoint" />
            <mxPoint x="1005" y="645" as="targetPoint" />
          </mxGeometry>
        </mxCell>
        <mxCell id="V7DRn1bYesRj_FAgbpVT-14" edge="1" parent="1" source="V7DRn1bYesRj_FAgbpVT-7" style="endArrow=openThin;html=1;rounded=0;strokeWidth=0.75;endFill=0;strokeColor=#666666;exitX=0.75;exitY=1;exitDx=0;exitDy=0;entryX=0.814;entryY=0;entryDx=0;entryDy=0;entryPerimeter=0;" target="V7DRn1bYesRj_FAgbpVT-8" value="">
          <mxGeometry height="50" relative="1" width="50" as="geometry">
            <mxPoint x="1179" y="652" as="sourcePoint" />
            <mxPoint x="1229" y="602" as="targetPoint" />
          </mxGeometry>
        </mxCell>
        <mxCell id="V7DRn1bYesRj_FAgbpVT-15" edge="1" parent="1" source="V7DRn1bYesRj_FAgbpVT-8" style="endArrow=openThin;html=1;rounded=0;strokeWidth=0.75;endFill=0;strokeColor=#666666;exitX=0;exitY=0.5;exitDx=0;exitDy=0;entryX=1;entryY=0.5;entryDx=0;entryDy=0;" target="V7DRn1bYesRj_FAgbpVT-9" value="">
          <mxGeometry height="50" relative="1" width="50" as="geometry">
            <mxPoint x="1020" y="652" as="sourcePoint" />
            <mxPoint x="1070" y="602" as="targetPoint" />
          </mxGeometry>
        </mxCell>
        <mxCell id="V7DRn1bYesRj_FAgbpVT-16" edge="1" parent="1" source="V7DRn1bYesRj_FAgbpVT-9" style="endArrow=openThin;html=1;rounded=0;strokeWidth=0.75;endFill=0;strokeColor=#666666;exitX=0;exitY=0.5;exitDx=0;exitDy=0;entryX=1;entryY=0.5;entryDx=0;entryDy=0;" target="V7DRn1bYesRj_FAgbpVT-10" value="">
          <mxGeometry height="50" relative="1" width="50" as="geometry">
            <mxPoint x="884" y="652" as="sourcePoint" />
            <mxPoint x="934" y="602" as="targetPoint" />
          </mxGeometry>
        </mxCell>
        <mxCell id="V7DRn1bYesRj_FAgbpVT-17" edge="1" parent="1" source="V7DRn1bYesRj_FAgbpVT-10" style="endArrow=openThin;html=1;rounded=0;strokeWidth=0.75;endFill=0;strokeColor=#666666;entryX=0.296;entryY=0.028;entryDx=0;entryDy=0;entryPerimeter=0;exitX=0.5;exitY=1;exitDx=0;exitDy=0;" target="V7DRn1bYesRj_FAgbpVT-11" value="">
          <mxGeometry height="50" relative="1" width="50" as="geometry">
            <mxPoint x="845" y="614" as="sourcePoint" />
            <mxPoint x="895" y="564" as="targetPoint" />
          </mxGeometry>
        </mxCell>
        <mxCell id="V7DRn1bYesRj_FAgbpVT-18" parent="1" style="text;html=1;whiteSpace=wrap;strokeColor=none;fillColor=none;align=center;verticalAlign=middle;rounded=0;fontFamily=Comic Sans MS;fontSize=10;" value="&lt;span style=&quot;background-color: rgb(204, 255, 204);&quot;&gt;training data&lt;/span&gt;" vertex="1">
          <mxGeometry height="15" width="60" x="1065" y="641" as="geometry" />
        </mxCell>
        <mxCell id="V7DRn1bYesRj_FAgbpVT-19" parent="1" style="text;html=1;whiteSpace=wrap;strokeColor=none;fillColor=none;align=center;verticalAlign=middle;rounded=0;fontFamily=Comic Sans MS;fontSize=10;" value="&lt;span style=&quot;background-color: rgb(255, 230, 204);&quot;&gt;validation data&lt;/span&gt;" vertex="1">
          <mxGeometry height="15" width="69" x="1122" y="641" as="geometry" />
        </mxCell>
        <mxCell id="V7DRn1bYesRj_FAgbpVT-20" edge="1" parent="1" source="V7DRn1bYesRj_FAgbpVT-7" style="endArrow=blockThin;html=1;rounded=0;strokeColor=#808080;endFill=1;strokeWidth=0.65;exitX=0.5;exitY=1;exitDx=0;exitDy=0;entryX=0.5;entryY=0;entryDx=0;entryDy=0;dashed=1;" target="V7DRn1bYesRj_FAgbpVT-19" value="">
          <mxGeometry height="50" relative="1" width="50" as="geometry">
            <mxPoint x="1039" y="571" as="sourcePoint" />
            <mxPoint x="1014" y="531" as="targetPoint" />
          </mxGeometry>
        </mxCell>
        <mxCell id="V7DRn1bYesRj_FAgbpVT-21" edge="1" parent="1" source="V7DRn1bYesRj_FAgbpVT-7" style="endArrow=blockThin;html=1;rounded=0;strokeColor=#808080;endFill=1;strokeWidth=0.65;exitX=0.5;exitY=1;exitDx=0;exitDy=0;entryX=0.5;entryY=0;entryDx=0;entryDy=0;dashed=1;" target="V7DRn1bYesRj_FAgbpVT-18" value="">
          <mxGeometry height="50" relative="1" width="50" as="geometry">
            <mxPoint x="1039" y="571" as="sourcePoint" />
            <mxPoint x="1014" y="531" as="targetPoint" />
          </mxGeometry>
        </mxCell>
        <mxCell id="V7DRn1bYesRj_FAgbpVT-22" parent="1" style="text;html=1;whiteSpace=wrap;strokeColor=none;fillColor=none;align=center;verticalAlign=middle;rounded=0;fontFamily=Comic Sans MS;fontSize=10;" value="&lt;span style=&quot;background-color: rgb(204, 229, 255);&quot;&gt;Supervised Learning&lt;/span&gt;" vertex="1">
          <mxGeometry height="18" width="100" x="1137" y="711" as="geometry" />
        </mxCell>
        <mxCell id="V7DRn1bYesRj_FAgbpVT-23" parent="1" style="text;html=1;whiteSpace=wrap;strokeColor=none;fillColor=none;align=center;verticalAlign=middle;rounded=0;fontFamily=Comic Sans MS;fontSize=10;" value="&lt;span style=&quot;background-color: rgb(204, 255, 204);&quot;&gt;Unsupervised Learning&lt;/span&gt;" vertex="1">
          <mxGeometry height="21" width="112" x="1137" y="739" as="geometry" />
        </mxCell>
        <mxCell id="V7DRn1bYesRj_FAgbpVT-24" parent="1" style="text;html=1;whiteSpace=wrap;strokeColor=none;fillColor=none;align=center;verticalAlign=middle;rounded=0;fontFamily=Comic Sans MS;fontSize=10;" value="&lt;span style=&quot;background-color: rgb(255, 204, 204);&quot;&gt;Reinforcement Learning&lt;/span&gt;" vertex="1">
          <mxGeometry height="19" width="118" x="1137" y="770" as="geometry" />
        </mxCell>
        <mxCell id="V7DRn1bYesRj_FAgbpVT-25" parent="1" style="text;html=1;whiteSpace=wrap;strokeColor=none;fillColor=none;align=center;verticalAlign=middle;rounded=0;fontFamily=Comic Sans MS;fontSize=10;" value="&lt;span style=&quot;background-color: rgb(255, 255, 204);&quot;&gt;Neural Networks &amp;amp; Deep Learning&lt;/span&gt;" vertex="1">
          <mxGeometry height="18" width="160" x="1137" y="806" as="geometry" />
        </mxCell>
        <mxCell id="V7DRn1bYesRj_FAgbpVT-26" edge="1" parent="1" source="V7DRn1bYesRj_FAgbpVT-8" style="endArrow=blockThin;html=1;rounded=0;strokeColor=#808080;endFill=1;strokeWidth=0.5;exitX=0.25;exitY=1;exitDx=0;exitDy=0;entryX=0;entryY=0.5;entryDx=0;entryDy=0;" target="V7DRn1bYesRj_FAgbpVT-22" value="">
          <mxGeometry height="50" relative="1" width="50" as="geometry">
            <Array as="points">
              <mxPoint x="1121" y="720" />
            </Array>
            <mxPoint x="1103" y="744" as="sourcePoint" />
            <mxPoint x="1207" y="654" as="targetPoint" />
          </mxGeometry>
        </mxCell>
        <mxCell id="V7DRn1bYesRj_FAgbpVT-27" edge="1" parent="1" source="V7DRn1bYesRj_FAgbpVT-8" style="endArrow=blockThin;html=1;rounded=0;strokeColor=#808080;endFill=1;strokeWidth=0.5;entryX=0;entryY=0.5;entryDx=0;entryDy=0;exitX=0.25;exitY=1;exitDx=0;exitDy=0;" target="V7DRn1bYesRj_FAgbpVT-23" value="">
          <mxGeometry height="50" relative="1" width="50" as="geometry">
            <Array as="points">
              <mxPoint x="1121" y="750" />
            </Array>
            <mxPoint x="1120" y="690" as="sourcePoint" />
            <mxPoint x="1194" y="650" as="targetPoint" />
          </mxGeometry>
        </mxCell>
        <mxCell id="V7DRn1bYesRj_FAgbpVT-28" edge="1" parent="1" source="V7DRn1bYesRj_FAgbpVT-8" style="endArrow=blockThin;html=1;rounded=0;strokeColor=#808080;endFill=1;strokeWidth=0.5;exitX=0.25;exitY=1;exitDx=0;exitDy=0;entryX=0;entryY=0.5;entryDx=0;entryDy=0;" target="V7DRn1bYesRj_FAgbpVT-24" value="">
          <mxGeometry height="50" relative="1" width="50" as="geometry">
            <Array as="points">
              <mxPoint x="1121" y="780" />
            </Array>
            <mxPoint x="1110" y="790" as="sourcePoint" />
            <mxPoint x="1214" y="700" as="targetPoint" />
          </mxGeometry>
        </mxCell>
        <mxCell id="V7DRn1bYesRj_FAgbpVT-31" edge="1" parent="1" source="V7DRn1bYesRj_FAgbpVT-8" style="endArrow=blockThin;html=1;rounded=0;strokeColor=#808080;endFill=1;strokeWidth=0.5;exitX=0.25;exitY=1;exitDx=0;exitDy=0;entryX=0;entryY=0.5;entryDx=0;entryDy=0;" target="V7DRn1bYesRj_FAgbpVT-25" value="">
          <mxGeometry height="50" relative="1" width="50" as="geometry">
            <Array as="points">
              <mxPoint x="1121" y="815" />
            </Array>
            <mxPoint x="1070" y="790" as="sourcePoint" />
            <mxPoint x="1174" y="700" as="targetPoint" />
          </mxGeometry>
        </mxCell>
        <mxCell id="V7DRn1bYesRj_FAgbpVT-33" parent="1" style="rounded=0;whiteSpace=wrap;html=1;fontFamily=Comic Sans MS;strokeWidth=0.5;strokeColor=#808080;align=left;verticalAlign=top;fontSize=10;" value="CNN,&amp;nbsp;RNN / LSTM" vertex="1">
          <mxGeometry height="30" width="180" x="1340" y="826" as="geometry" />
        </mxCell>
        <mxCell id="V7DRn1bYesRj_FAgbpVT-35" parent="1" style="rounded=0;whiteSpace=wrap;html=1;fontFamily=Comic Sans MS;strokeWidth=0.5;strokeColor=#808080;align=left;verticalAlign=top;fontSize=10;" value="Q-Learning, Deep Q-Network (DQN)." vertex="1">
          <mxGeometry height="30" width="180" x="1340" y="786" as="geometry" />
        </mxCell>
        <mxCell id="V7DRn1bYesRj_FAgbpVT-36" parent="1" style="rounded=0;whiteSpace=wrap;html=1;fontFamily=Comic Sans MS;strokeWidth=0.5;strokeColor=#808080;align=left;verticalAlign=top;fontSize=10;" value="Clustering :&amp;nbsp;K-Means, DBSCAN&lt;br&gt;Dimensionality Reduction:&amp;nbsp;PCA" vertex="1">
          <mxGeometry height="30" width="180" x="1340" y="739.5" as="geometry" />
        </mxCell>
        <mxCell id="V7DRn1bYesRj_FAgbpVT-37" parent="1" style="rounded=0;whiteSpace=wrap;html=1;fontFamily=Comic Sans MS;strokeWidth=0.5;strokeColor=#808080;align=left;verticalAlign=top;fontSize=10;" value="Regression :&amp;nbsp;Linear Regression&lt;div&gt;Classification : Logistic Regression, Decision Trees, Random Forest,SVM - Support Vector Machine&lt;/div&gt;" vertex="1">
          <mxGeometry height="48" width="220" x="1340" y="679.25" as="geometry" />
        </mxCell>
        <mxCell id="V7DRn1bYesRj_FAgbpVT-39" edge="1" parent="1" source="V7DRn1bYesRj_FAgbpVT-22" style="endArrow=blockThin;html=1;rounded=0;strokeColor=#808080;endFill=1;strokeWidth=0.65;exitX=1;exitY=0.5;exitDx=0;exitDy=0;entryX=0;entryY=0.25;entryDx=0;entryDy=0;dashed=1;" target="V7DRn1bYesRj_FAgbpVT-37" value="">
          <mxGeometry height="50" relative="1" width="50" as="geometry">
            <mxPoint x="1285" y="760" as="sourcePoint" />
            <mxPoint x="1260" y="720" as="targetPoint" />
          </mxGeometry>
        </mxCell>
        <mxCell id="V7DRn1bYesRj_FAgbpVT-40" edge="1" parent="1" source="V7DRn1bYesRj_FAgbpVT-23" style="endArrow=blockThin;html=1;rounded=0;strokeColor=#808080;endFill=1;strokeWidth=0.65;exitX=1;exitY=0.5;exitDx=0;exitDy=0;entryX=0;entryY=0.25;entryDx=0;entryDy=0;dashed=1;" target="V7DRn1bYesRj_FAgbpVT-36" value="">
          <mxGeometry height="50" relative="1" width="50" as="geometry">
            <mxPoint x="1285" y="760" as="sourcePoint" />
            <mxPoint x="1260" y="720" as="targetPoint" />
          </mxGeometry>
        </mxCell>
        <mxCell id="V7DRn1bYesRj_FAgbpVT-41" edge="1" parent="1" source="V7DRn1bYesRj_FAgbpVT-24" style="endArrow=blockThin;html=1;rounded=0;strokeColor=#808080;endFill=1;strokeWidth=0.65;exitX=1;exitY=0.5;exitDx=0;exitDy=0;entryX=0;entryY=0.25;entryDx=0;entryDy=0;dashed=1;" target="V7DRn1bYesRj_FAgbpVT-35" value="">
          <mxGeometry height="50" relative="1" width="50" as="geometry">
            <mxPoint x="1285" y="760" as="sourcePoint" />
            <mxPoint x="1260" y="720" as="targetPoint" />
          </mxGeometry>
        </mxCell>
        <mxCell id="V7DRn1bYesRj_FAgbpVT-42" edge="1" parent="1" source="V7DRn1bYesRj_FAgbpVT-25" style="endArrow=blockThin;html=1;rounded=0;strokeColor=#808080;endFill=1;strokeWidth=0.65;exitX=1;exitY=0.5;exitDx=0;exitDy=0;entryX=0;entryY=0.25;entryDx=0;entryDy=0;dashed=1;" target="V7DRn1bYesRj_FAgbpVT-33" value="">
          <mxGeometry height="50" relative="1" width="50" as="geometry">
            <mxPoint x="1285" y="760" as="sourcePoint" />
            <mxPoint x="1260" y="720" as="targetPoint" />
          </mxGeometry>
        </mxCell>
        <mxCell id="V7DRn1bYesRj_FAgbpVT-44" parent="1" style="rounded=0;whiteSpace=wrap;html=1;fontFamily=Comic Sans MS;strokeWidth=0.5;strokeColor=#808080;align=left;verticalAlign=top;fontSize=10;" value="Feed datasets to the algorithm so it can learn. Continuous training helps the algorithm adjust its weights and improve its predictive capabilities" vertex="1">
          <mxGeometry height="75" width="133" x="980" y="720" as="geometry" />
        </mxCell>
        <mxCell id="V7DRn1bYesRj_FAgbpVT-45" edge="1" parent="1" source="V7DRn1bYesRj_FAgbpVT-9" style="endArrow=blockThin;html=1;rounded=0;strokeColor=#808080;endFill=1;strokeWidth=0.65;exitX=0.75;exitY=1;exitDx=0;exitDy=0;entryX=0.25;entryY=0;entryDx=0;entryDy=0;dashed=1;" target="V7DRn1bYesRj_FAgbpVT-44" value="">
          <mxGeometry height="50" relative="1" width="50" as="geometry">
            <mxPoint x="1015" y="690" as="sourcePoint" />
            <mxPoint x="990" y="650" as="targetPoint" />
          </mxGeometry>
        </mxCell>
        <mxCell id="V7DRn1bYesRj_FAgbpVT-46" parent="1" style="rounded=0;whiteSpace=wrap;html=1;fontFamily=Comic Sans MS;strokeWidth=0.5;strokeColor=#808080;align=left;verticalAlign=top;fontSize=10;" value="Adjust the &lt;u&gt;hyperparameters&lt;/u&gt; for optimization, helping the model achieve the highest possible accuracy" vertex="1">
          <mxGeometry height="60" width="130" x="798" y="760" as="geometry" />
        </mxCell>
        <mxCell id="V7DRn1bYesRj_FAgbpVT-47" edge="1" parent="1" source="V7DRn1bYesRj_FAgbpVT-11" style="endArrow=blockThin;html=1;rounded=0;strokeColor=#808080;endFill=1;strokeWidth=0.65;exitX=0.25;exitY=1;exitDx=0;exitDy=0;entryX=0.75;entryY=0;entryDx=0;entryDy=0;dashed=1;" target="V7DRn1bYesRj_FAgbpVT-46" value="">
          <mxGeometry height="50" relative="1" width="50" as="geometry">
            <mxPoint x="1015" y="750" as="sourcePoint" />
            <mxPoint x="990" y="710" as="targetPoint" />
          </mxGeometry>
        </mxCell>
        <mxCell id="V7DRn1bYesRj_FAgbpVT-48" parent="1" style="text;html=1;whiteSpace=wrap;strokeColor=none;fillColor=none;align=center;verticalAlign=middle;rounded=0;fontFamily=Comic Sans MS;fontSize=8;" value="&lt;span style=&quot;background-color: rgb(204, 255, 204);&quot;&gt;Input Data&lt;/span&gt;" vertex="1">
          <mxGeometry height="20" width="60" x="850" y="632.25" as="geometry" />
        </mxCell>
        <mxCell id="V7DRn1bYesRj_FAgbpVT-49" parent="1" style="text;html=1;whiteSpace=wrap;strokeColor=none;fillColor=none;align=center;verticalAlign=middle;rounded=0;fontFamily=Comic Sans MS;fontSize=8;" value="&lt;span style=&quot;background-color: rgb(204, 255, 255);&quot;&gt;Problem Statement&lt;/span&gt;" vertex="1">
          <mxGeometry height="20" width="90" x="850" y="621.25" as="geometry" />
        </mxCell>
        <mxCell id="V7DRn1bYesRj_FAgbpVT-50" parent="1" style="text;html=1;whiteSpace=wrap;strokeColor=none;fillColor=none;align=center;verticalAlign=middle;rounded=0;fontFamily=Comic Sans MS;fontSize=8;" value="&lt;span style=&quot;background-color: rgb(255, 230, 204);&quot;&gt;Model Objective / Goal&lt;/span&gt;" vertex="1">
          <mxGeometry height="16.75" width="110.5" x="910.75" y="622.88" as="geometry" />
        </mxCell>
        <mxCell id="V7DRn1bYesRj_FAgbpVT-51" parent="1" style="text;html=1;whiteSpace=wrap;strokeColor=none;fillColor=none;align=center;verticalAlign=middle;rounded=0;fontFamily=Comic Sans MS;fontSize=8;" value="&lt;span style=&quot;background-color: rgb(255, 255, 204);&quot;&gt;Features / Attributes&lt;/span&gt;" vertex="1">
          <mxGeometry height="20" width="100" x="885" y="633" as="geometry" />
        </mxCell>
        <mxCell id="V7DRn1bYesRj_FAgbpVT-52" parent="1" style="text;html=1;whiteSpace=wrap;strokeColor=none;fillColor=none;align=center;verticalAlign=middle;rounded=0;fontFamily=Comic Sans MS;fontSize=8;" value="&lt;span style=&quot;background-color: rgb(255, 204, 230);&quot;&gt;Independent Variables&lt;/span&gt;" vertex="1">
          <mxGeometry height="20" width="100" x="957" y="633" as="geometry" />
        </mxCell>
        <mxCell id="V7DRn1bYesRj_FAgbpVT-53" parent="1" style="text;html=1;whiteSpace=wrap;strokeColor=none;fillColor=none;align=center;verticalAlign=middle;rounded=0;fontFamily=Comic Sans MS;fontSize=8;" value="&lt;span style=&quot;background-color: rgb(255, 204, 204);&quot;&gt;Target Variable&lt;/span&gt;" vertex="1">
          <mxGeometry height="20" width="60" x="857" y="644" as="geometry" />
        </mxCell>
        <mxCell id="V7DRn1bYesRj_FAgbpVT-54" parent="1" style="text;html=1;whiteSpace=wrap;strokeColor=none;fillColor=none;align=center;verticalAlign=middle;rounded=0;fontFamily=Comic Sans MS;fontSize=8;" value="&lt;span style=&quot;background-color: rgb(204, 255, 204);&quot;&gt;Label&lt;/span&gt;" vertex="1">
          <mxGeometry height="12" width="25" x="910.75" y="648" as="geometry" />
        </mxCell>
        <mxCell id="V7DRn1bYesRj_FAgbpVT-55" parent="1" style="text;html=1;whiteSpace=wrap;strokeColor=none;fillColor=none;align=center;verticalAlign=middle;rounded=0;fontFamily=Comic Sans MS;fontSize=8;" value="&lt;span style=&quot;background-color: rgb(204, 204, 255);&quot;&gt;Expected Output&lt;/span&gt;" vertex="1">
          <mxGeometry height="15" width="65" x="929.5" y="646.5" as="geometry" />
        </mxCell>
        <mxCell id="V7DRn1bYesRj_FAgbpVT-56" parent="1" style="text;html=1;whiteSpace=wrap;strokeColor=none;fillColor=none;align=center;verticalAlign=middle;rounded=0;fontFamily=Comic Sans MS;fontSize=8;" value="&lt;span style=&quot;background-color: rgb(204, 255, 255);&quot;&gt;Dependent Variable&lt;/span&gt;" vertex="1">
          <mxGeometry height="18" width="75" x="985" y="645" as="geometry" />
        </mxCell>
+         <mxCell id="V7DRn1bYesRj_FAgbpVT-57" parent="1" style="text;html=1;whiteSpace=wrap;strokeColor=none;fillColor=none;align=center;verticalAlign=middle;rounded=0;fontFamily=Comic Sans MS;fontSize=8;" value="&lt;span style=&quot;background-color: rgb(204, 255, 204);&quot;&gt;Model artifact&lt;/span&gt;" vertex="1">
+           <mxGeometry height="15" width="60" x="1000" y="623.75" as="geometry" />
+         </mxCell>
      </root>
    </mxGraphModel>
  </diagram>
</mxfile>
